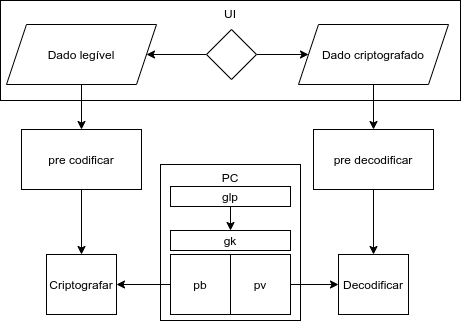
Before: flowchart/flowchart.png, a diagram exported from draw.io (mateusnssp/cryptinpyc). Source tidied: cells renumbered, new cells last; positions are measured from the earlier drawing's top-left corner, leaving out a move shared by most shapes. Source of this version:
```xml
<mxGraphModel>
  <root>
    <mxCell id="0" />
    <mxCell id="1" parent="0" />
    <mxCell id="2" value="PC" style="rounded=0;whiteSpace=wrap;html=1;verticalAlign=top;" parent="1" vertex="1">
      <mxGeometry x="160" y="164" width="140" height="156" as="geometry" />
    </mxCell>
    <mxCell id="3" value="gk" style="rounded=0;whiteSpace=wrap;html=1;" parent="1" vertex="1">
      <mxGeometry x="170" y="230" width="120" height="20" as="geometry" />
    </mxCell>
    <mxCell id="4" style="edgeStyle=orthogonalEdgeStyle;rounded=0;jettySize=auto;html=1;" parent="1" edge="1" source="5" target="11">
      <mxGeometry relative="1" as="geometry" />
    </mxCell>
    <mxCell id="5" value="pb" style="rounded=0;whiteSpace=wrap;html=1;" parent="1" vertex="1">
      <mxGeometry x="170" y="254" width="60" height="60" as="geometry" />
    </mxCell>
    <mxCell id="6" style="edgeStyle=orthogonalEdgeStyle;rounded=0;jettySize=auto;html=1;" parent="1" edge="1" source="7" target="21">
      <mxGeometry relative="1" as="geometry" />
    </mxCell>
    <mxCell id="7" value="pv" style="rounded=0;whiteSpace=wrap;html=1;" parent="1" vertex="1">
      <mxGeometry x="230" y="254" width="60" height="60" as="geometry" />
    </mxCell>
    <mxCell id="8" value="UI" style="rounded=0;whiteSpace=wrap;html=1;verticalAlign=top;" parent="1" vertex="1">
      <mxGeometry width="460" height="100" as="geometry" />
    </mxCell>
    <mxCell id="9" style="edgeStyle=orthogonalEdgeStyle;rounded=0;jettySize=auto;html=1;" parent="1" edge="1" source="10" target="11">
      <mxGeometry relative="1" as="geometry" />
    </mxCell>
    <mxCell id="10" value="pre codificar" style="rounded=0;whiteSpace=wrap;html=1;" parent="1" vertex="1">
      <mxGeometry x="21" y="129" width="120" height="60" as="geometry" />
    </mxCell>
    <mxCell id="11" value="Criptografar" style="rounded=0;whiteSpace=wrap;html=1;" parent="1" vertex="1">
      <mxGeometry x="46" y="254" width="70" height="60" as="geometry" />
    </mxCell>
    <mxCell id="12" style="edgeStyle=orthogonalEdgeStyle;rounded=0;jettySize=auto;html=1;" parent="1" edge="1" source="14" target="18">
      <mxGeometry relative="1" as="geometry" />
    </mxCell>
    <mxCell id="13" style="edgeStyle=orthogonalEdgeStyle;rounded=0;jettySize=auto;html=1;" parent="1" edge="1" source="14" target="16">
      <mxGeometry relative="1" as="geometry" />
    </mxCell>
    <mxCell id="14" style="rhombus;whiteSpace=wrap;html=1;" parent="1" vertex="1">
      <mxGeometry x="206" y="29" width="50" height="50" as="geometry" />
    </mxCell>
    <mxCell id="15" style="edgeStyle=orthogonalEdgeStyle;rounded=0;jettySize=auto;html=1;" parent="1" edge="1" source="16" target="20">
      <mxGeometry relative="1" as="geometry" />
    </mxCell>
    <mxCell id="16" value="Dado criptografado" style="shape=parallelogram;perimeter=parallelogramPerimeter;whiteSpace=wrap;html=1;fixedSize=1;" parent="1" vertex="1">
      <mxGeometry x="298" y="24" width="150" height="60" as="geometry" />
    </mxCell>
    <mxCell id="17" style="edgeStyle=orthogonalEdgeStyle;rounded=0;jettySize=auto;html=1;" parent="1" edge="1" source="18" target="10">
      <mxGeometry relative="1" as="geometry" />
    </mxCell>
    <mxCell id="18" value="Dado legível" style="shape=parallelogram;perimeter=parallelogramPerimeter;whiteSpace=wrap;html=1;fixedSize=1;" parent="1" vertex="1">
      <mxGeometry x="6" y="24" width="150" height="60" as="geometry" />
    </mxCell>
    <mxCell id="19" style="edgeStyle=orthogonalEdgeStyle;rounded=0;jettySize=auto;html=1;" parent="1" edge="1" source="20" target="21">
      <mxGeometry relative="1" as="geometry" />
    </mxCell>
    <mxCell id="20" value="pre decodificar" style="rounded=0;whiteSpace=wrap;html=1;" parent="1" vertex="1">
      <mxGeometry x="313" y="129" width="120" height="60" as="geometry" />
    </mxCell>
    <mxCell id="21" value="Decodificar" style="rounded=0;whiteSpace=wrap;html=1;" parent="1" vertex="1">
      <mxGeometry x="338" y="254" width="70" height="60" as="geometry" />
    </mxCell>
    <mxCell id="22" value="glp" style="rounded=0;whiteSpace=wrap;html=1;" parent="1" vertex="1">
      <mxGeometry x="170" y="186" width="120" height="20" as="geometry" />
    </mxCell>
    <mxCell id="23" style="endArrow=classic;html=1;exitX=0.5;exitY=1;exitDx=0;exitDy=0;" parent="1" edge="1" source="22" target="3">
      <mxGeometry relative="1" as="geometry" />
    </mxCell>
  </root>
</mxGraphModel>
```
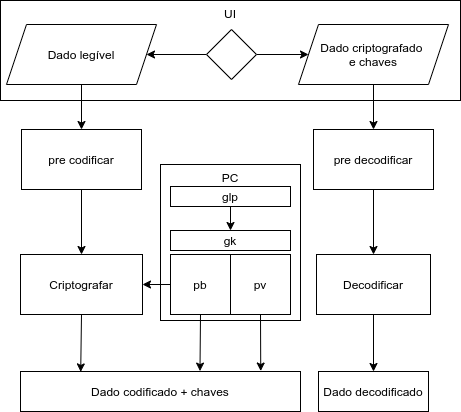
Above is the later version.

Diff of the diagram source:
```diff
@@ -14,9 +14,6 @@
     <mxCell id="5" value="pb" style="rounded=0;whiteSpace=wrap;html=1;" parent="1" vertex="1">
       <mxGeometry x="170" y="254" width="60" height="60" as="geometry" />
     </mxCell>
-    <mxCell id="6" style="edgeStyle=orthogonalEdgeStyle;rounded=0;jettySize=auto;html=1;" parent="1" edge="1" source="7" target="21">
-      <mxGeometry relative="1" as="geometry" />
-    </mxCell>
     <mxCell id="7" value="pv" style="rounded=0;whiteSpace=wrap;html=1;" parent="1" vertex="1">
       <mxGeometry x="230" y="254" width="60" height="60" as="geometry" />
     </mxCell>
@@ -30,7 +27,7 @@
       <mxGeometry x="21" y="129" width="120" height="60" as="geometry" />
     </mxCell>
     <mxCell id="11" value="Criptografar" style="rounded=0;whiteSpace=wrap;html=1;" parent="1" vertex="1">
-      <mxGeometry x="46" y="254" width="70" height="60" as="geometry" />
+      <mxGeometry x="20" y="254" width="122" height="60" as="geometry" />
     </mxCell>
     <mxCell id="12" style="edgeStyle=orthogonalEdgeStyle;rounded=0;jettySize=auto;html=1;" parent="1" edge="1" source="14" target="18">
       <mxGeometry relative="1" as="geometry" />
@@ -44,7 +41,7 @@
     <mxCell id="15" style="edgeStyle=orthogonalEdgeStyle;rounded=0;jettySize=auto;html=1;" parent="1" edge="1" source="16" target="20">
       <mxGeometry relative="1" as="geometry" />
     </mxCell>
-    <mxCell id="16" value="Dado criptografado" style="shape=parallelogram;perimeter=parallelogramPerimeter;whiteSpace=wrap;html=1;fixedSize=1;" parent="1" vertex="1">
+    <mxCell id="16" value="Dado criptografado &lt;br&gt;e chaves" style="shape=parallelogram;perimeter=parallelogramPerimeter;whiteSpace=wrap;html=1;fixedSize=1;" parent="1" vertex="1">
       <mxGeometry x="298" y="24" width="150" height="60" as="geometry" />
     </mxCell>
     <mxCell id="17" style="edgeStyle=orthogonalEdgeStyle;rounded=0;jettySize=auto;html=1;" parent="1" edge="1" source="18" target="10">
@@ -60,7 +57,7 @@
       <mxGeometry x="313" y="129" width="120" height="60" as="geometry" />
     </mxCell>
     <mxCell id="21" value="Decodificar" style="rounded=0;whiteSpace=wrap;html=1;" parent="1" vertex="1">
-      <mxGeometry x="338" y="254" width="70" height="60" as="geometry" />
+      <mxGeometry x="316" y="254" width="114" height="60" as="geometry" />
     </mxCell>
     <mxCell id="22" value="glp" style="rounded=0;whiteSpace=wrap;html=1;" parent="1" vertex="1">
       <mxGeometry x="170" y="186" width="120" height="20" as="geometry" />
@@ -68,5 +65,23 @@
     <mxCell id="23" style="endArrow=classic;html=1;exitX=0.5;exitY=1;exitDx=0;exitDy=0;" parent="1" edge="1" source="22" target="3">
       <mxGeometry relative="1" as="geometry" />
     </mxCell>
+    <mxCell id="24" value="&lt;font face=&quot;Helvetica&quot;&gt;Dado codificado + chaves&lt;/font&gt;" style="rounded=0;whiteSpace=wrap;html=1;fontFamily=Comic Sans MS;fillColor=none;" parent="1" vertex="1">
+      <mxGeometry x="20" y="371" width="280" height="40" as="geometry" />
+    </mxCell>
+    <mxCell id="25" value="&lt;font face=&quot;Helvetica&quot;&gt;Dado decodificado&lt;/font&gt;" style="rounded=0;whiteSpace=wrap;html=1;fontFamily=Comic Sans MS;fillColor=none;" parent="1" vertex="1">
+      <mxGeometry x="318" y="371" width="110" height="40" as="geometry" />
+    </mxCell>
+    <mxCell id="26" style="endArrow=classic;html=1;fontFamily=Comic Sans MS;exitX=0.5;exitY=1;exitDx=0;exitDy=0;entryX=0.215;entryY=0.01;entryDx=0;entryDy=0;entryPerimeter=0;" parent="1" edge="1" source="11" target="24">
+      <mxGeometry relative="1" as="geometry" />
+    </mxCell>
+    <mxCell id="27" style="endArrow=classic;html=1;fontFamily=Comic Sans MS;exitX=0.5;exitY=1;exitDx=0;exitDy=0;entryX=0.5;entryY=0;entryDx=0;entryDy=0;" parent="1" edge="1" source="21" target="25">
+      <mxGeometry relative="1" as="geometry" />
+    </mxCell>
+    <mxCell id="28" style="endArrow=classic;html=1;fontFamily=Comic Sans MS;exitX=0.5;exitY=1;exitDx=0;exitDy=0;entryX=0.641;entryY=-0.01;entryDx=0;entryDy=0;entryPerimeter=0;" parent="1" edge="1" source="5" target="24">
+      <mxGeometry relative="1" as="geometry" />
+    </mxCell>
+    <mxCell id="29" style="endArrow=classic;html=1;fontFamily=Comic Sans MS;exitX=0.5;exitY=1;exitDx=0;exitDy=0;entryX=0.858;entryY=-0.012;entryDx=0;entryDy=0;entryPerimeter=0;" parent="1" edge="1" source="7" target="24">
+      <mxGeometry relative="1" as="geometry" />
+    </mxCell>
   </root>
 </mxGraphModel>
```
